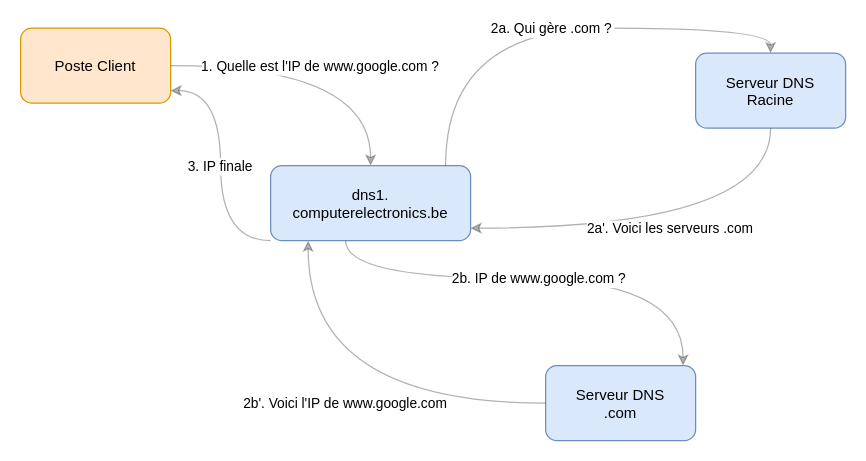
The draw.io diagram diagrams/requetes_dns_recursive.drawio in choquitofrito/ActiveDirectory, before the edit. Source tidied: cells renumbered, new cells numbered last; positions are measured from the earlier drawing's top-left corner, leaving out a move shared by most shapes. Both pictures are drawn from the tidied source at 125%, with x=0, y=0 at pixel (20, 28).
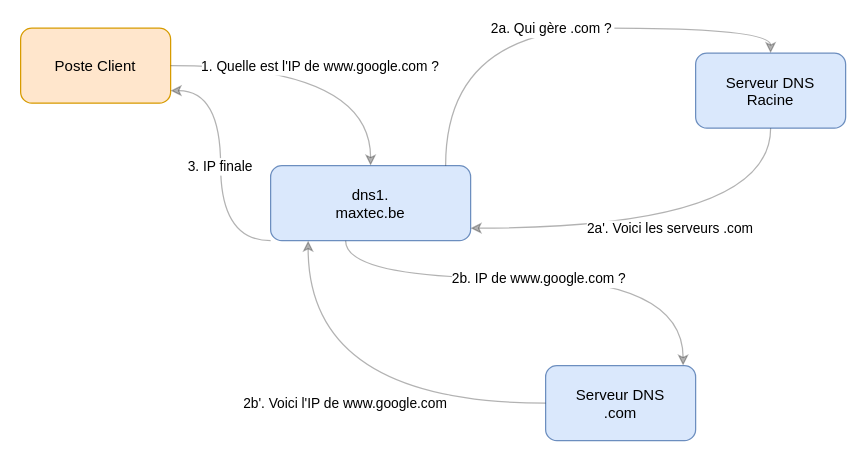
Above is the later version.

What changed in the source:
```diff
@@
 <mxGraphModel>
   <root>
     <mxCell id="0" />
     <mxCell id="1" parent="0" />
     <mxCell id="2" value="Poste Client" style="rounded=1;fillColor=#ffe6cc;strokeColor=#d79b00;" parent="1" vertex="1">
       <mxGeometry width="120" height="60" as="geometry" />
     </mxCell>
-    <mxCell id="3" value="dns1.&#10;computerelectronics.be" style="rounded=1;fillColor=#dae8fc;strokeColor=#6c8ebf;" parent="1" vertex="1">
+    <mxCell id="3" value="dns1.&#10;maxtec.be" style="rounded=1;fillColor=#dae8fc;strokeColor=#6c8ebf;" parent="1" vertex="1">
       <mxGeometry x="200" y="110" width="160" height="60" as="geometry" />
     </mxCell>
     <mxCell id="4" value="Serveur DNS&#10;Racine" style="rounded=1;fillColor=#dae8fc;strokeColor=#6c8ebf;" parent="1" vertex="1">
       <mxGeometry x="540" y="20" width="120" height="60" as="geometry" />
     </mxCell>
     <mxCell id="5" value="Serveur DNS&#10;.com" style="rounded=1;fillColor=#dae8fc;strokeColor=#6c8ebf;" parent="1" vertex="1">
       <mxGeometry x="420" y="270" width="120" height="60" as="geometry" />
     </mxCell>
     <mxCell id="6" value="1. Quelle est l'IP de www.google.com ?" style="edgeStyle=orthogonalEdgeStyle;curved=1;opacity=30;" parent="1" edge="1" source="2" target="3">
       <mxGeometry relative="1" as="geometry" />
     </mxCell>
     <mxCell id="7" value="2a. Qui gère .com ?" style="edgeStyle=orthogonalEdgeStyle;curved=1;opacity=30;" parent="1" edge="1" source="3" target="4">
       <mxGeometry relative="1" as="geometry">
         <Array as="points">
           <mxPoint x="340" y="140" />
           <mxPoint x="340" />
           <mxPoint x="600" />
         </Array>
       </mxGeometry>
     </mxCell>
     <mxCell id="8" value="2a'. Voici les serveurs .com" style="edgeStyle=orthogonalEdgeStyle;curved=1;opacity=30;" parent="1" edge="1" source="4" target="3">
       <mxGeometry relative="1" as="geometry">
         <Array as="points">
           <mxPoint x="600" y="160" />
         </Array>
       </mxGeometry>
     </mxCell>
     <mxCell id="9" value="2b. IP de www.google.com ?" style="edgeStyle=orthogonalEdgeStyle;curved=1;opacity=30;" parent="1" edge="1" source="3" target="5">
       <mxGeometry relative="1" as="geometry">
         <Array as="points">
           <mxPoint x="260" y="200" />
           <mxPoint x="530" y="200" />
         </Array>
       </mxGeometry>
     </mxCell>
     <mxCell id="10" value="2b'. Voici l'IP de www.google.com" style="edgeStyle=orthogonalEdgeStyle;curved=1;opacity=30;" parent="1" edge="1" source="5" target="3">
       <mxGeometry relative="1" as="geometry">
         <Array as="points">
           <mxPoint x="230" y="300" />
         </Array>
       </mxGeometry>
     </mxCell>
     <mxCell id="11" value="3. IP finale" style="edgeStyle=orthogonalEdgeStyle;curved=1;opacity=30;" parent="1" edge="1" source="3" target="2">
       <mxGeometry relative="1" as="geometry">
         <Array as="points">
           <mxPoint x="160" y="170" />
           <mxPoint x="160" y="50" />
         </Array>
       </mxGeometry>
     </mxCell>
   </root>
 </mxGraphModel>
```
